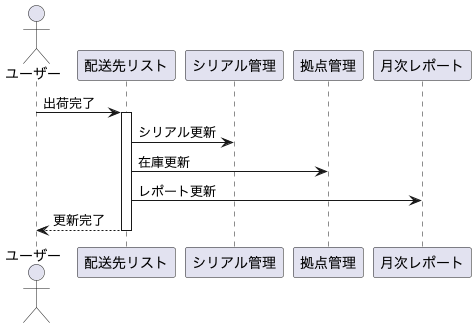
kintone-dev/kintone_mng-prod keeps this PlantUML diagram as docs/images/atlasシーケンス図.png. Above is the earlier version. Source of this version:
```plantuml
@startuml

actor ユーザー as user1
participant "配送先リスト" as delivery
participant "シリアル管理" as snum
participant "拠点管理" as unit
participant "月次レポート" as report

user1 -> delivery++: 出荷完了
  delivery -> snum: シリアル更新
  delivery -> unit: 在庫更新
  delivery -> report: レポート更新
return 更新完了

@enduml
```
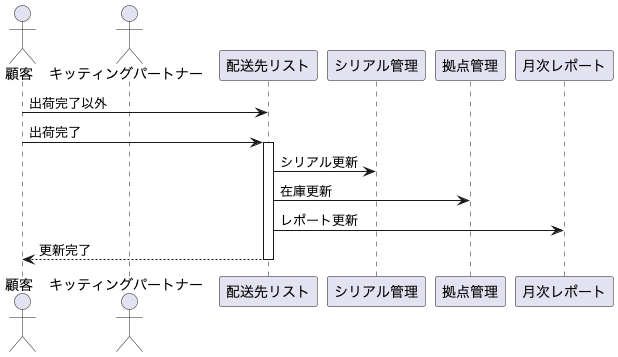
Later version of the same file.

The edit, as a diff of the source:
```diff
@@ -1,11 +1,13 @@
 @startuml
 
-actor ユーザー as user1
+actor 顧客 as user1
+actor キッティングパートナー as user2
 participant "配送先リスト" as delivery
 participant "シリアル管理" as snum
 participant "拠点管理" as unit
 participant "月次レポート" as report
 
+user1 -> delivery: 出荷完了以外
 user1 -> delivery++: 出荷完了
   delivery -> snum: シリアル更新
   delivery -> unit: 在庫更新
```
